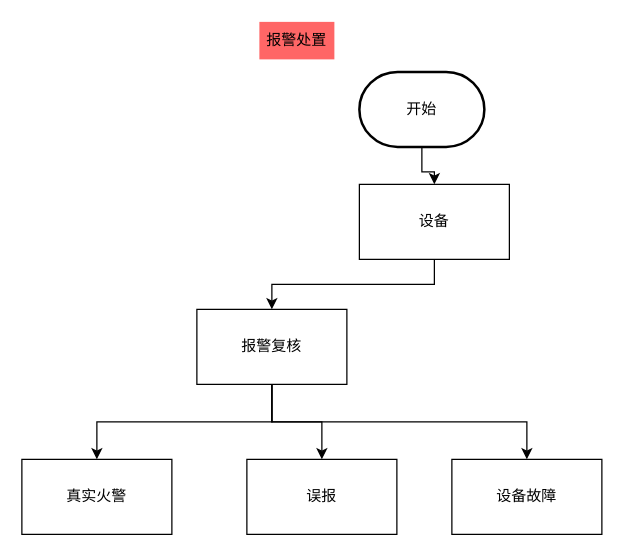
The draw.io diagram 未命名绘图.drawio in Swordsman12/drawio, before the edit. Source tidied: cells renumbered, new cells numbered last; positions are measured from the earlier drawing's top-left corner, leaving out a move shared by most shapes. Both pictures are drawn from the tidied source at 125%, with x=0, y=0 at pixel (21, 21).
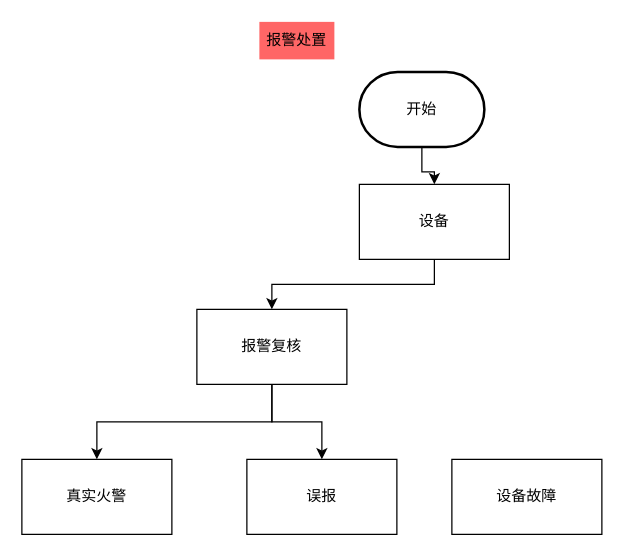
The same diagram, later.

What changed in the source:
```diff
@@
 <mxGraphModel>
   <root>
     <mxCell id="0" />
     <mxCell id="1" parent="0" />
     <mxCell id="2" style="edgeStyle=orthogonalEdgeStyle;rounded=0;jettySize=auto;html=1;exitX=0.5;exitY=1;exitDx=0;exitDy=0;exitPerimeter=0;" parent="1" edge="1" source="3" target="6">
       <mxGeometry relative="1" as="geometry" />
     </mxCell>
     <mxCell id="3" value="开始" style="strokeWidth=2;html=1;shape=mxgraph.flowchart.terminator;whiteSpace=wrap;" parent="1" vertex="1">
       <mxGeometry x="270" y="40" width="100" height="60" as="geometry" />
     </mxCell>
     <mxCell id="4" value="报警处置" style="text;html=1;strokeColor=none;fillColor=#FF6666;align=center;verticalAlign=middle;whiteSpace=wrap;rounded=0;" parent="1" vertex="1">
       <mxGeometry x="190" width="60" height="30" as="geometry" />
     </mxCell>
     <mxCell id="5" style="edgeStyle=orthogonalEdgeStyle;rounded=0;jettySize=auto;html=1;exitX=0.5;exitY=1;exitDx=0;exitDy=0;" parent="1" edge="1" source="6" target="10">
       <mxGeometry relative="1" as="geometry" />
     </mxCell>
     <mxCell id="6" value="设备" style="rounded=0;whiteSpace=wrap;html=1;" parent="1" vertex="1">
       <mxGeometry x="270" y="130" width="120" height="60" as="geometry" />
     </mxCell>
     <mxCell id="7" style="edgeStyle=orthogonalEdgeStyle;rounded=0;jettySize=auto;html=1;exitX=0.5;exitY=1;exitDx=0;exitDy=0;" parent="1" edge="1" source="10" target="11">
       <mxGeometry relative="1" as="geometry" />
     </mxCell>
     <mxCell id="8" style="edgeStyle=orthogonalEdgeStyle;rounded=0;jettySize=auto;html=1;" parent="1" edge="1" source="10" target="12">
       <mxGeometry relative="1" as="geometry" />
     </mxCell>
-    <mxCell id="9" style="edgeStyle=orthogonalEdgeStyle;rounded=0;jettySize=auto;html=1;" parent="1" edge="1" target="13">
-      <mxGeometry relative="1" as="geometry">
-        <mxPoint x="200" y="290" as="sourcePoint" />
-        <Array as="points">
-          <mxPoint x="200" y="320" />
-          <mxPoint x="404" y="320" />
-        </Array>
-      </mxGeometry>
-    </mxCell>
     <mxCell id="10" value="报警复核" style="rounded=0;whiteSpace=wrap;html=1;" parent="1" vertex="1">
       <mxGeometry x="140" y="230" width="120" height="60" as="geometry" />
     </mxCell>
     <mxCell id="11" value="真实火警" style="rounded=0;whiteSpace=wrap;html=1;" parent="1" vertex="1">
       <mxGeometry y="350" width="120" height="60" as="geometry" />
     </mxCell>
     <mxCell id="12" value="误报" style="rounded=0;whiteSpace=wrap;html=1;" parent="1" vertex="1">
       <mxGeometry x="180" y="350" width="120" height="60" as="geometry" />
     </mxCell>
     <mxCell id="13" value="设备故障" style="rounded=0;whiteSpace=wrap;html=1;" parent="1" vertex="1">
       <mxGeometry x="344" y="350" width="120" height="60" as="geometry" />
     </mxCell>
   </root>
 </mxGraphModel>
```
